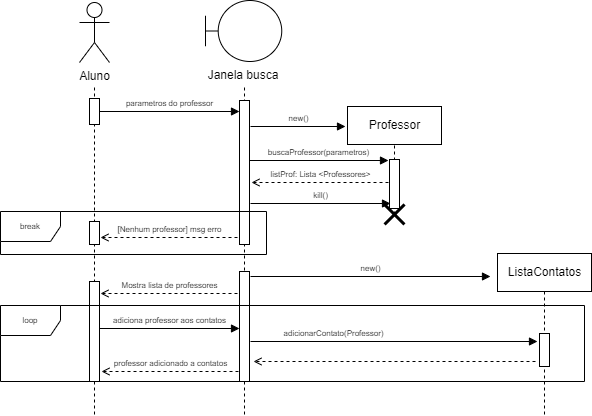
Before: diagramasDeSequenciaCompletos/3. BuscaProfessor.drawio.png, a diagram exported from draw.io (EijiDogen/BrainForHire). Source tidied: cells renumbered, new cells last; positions are measured from the earlier drawing's top-left corner, leaving out a move shared by most shapes.
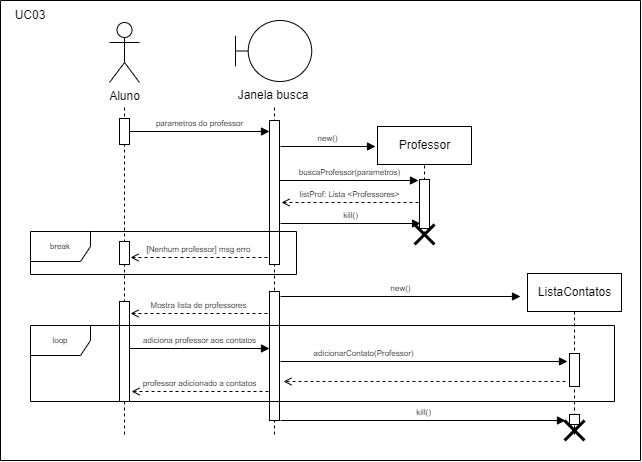
The same file after the commit.

Change to the diagram source:
```diff
@@ -1,6 +1,13 @@
 <mxGraphModel>
   <root>
     <mxCell id="0" />
+    <mxCell id="34" value="Contorno" parent="0" />
+    <mxCell id="35" style="swimlane;startSize=0;rounded=0;" parent="34" vertex="1">
+      <mxGeometry x="-30" y="-20" width="640" height="460" as="geometry" />
+    </mxCell>
+    <mxCell id="36" value="UC03" style="text;html=1;strokeColor=none;fillColor=none;align=center;verticalAlign=middle;whiteSpace=wrap;rounded=0;" parent="35" vertex="1">
+      <mxGeometry width="60" height="30" as="geometry" />
+    </mxCell>
     <mxCell id="1" parent="0" />
     <mxCell id="2" style="endArrow=none;dashed=1;html=1;rounded=0;" parent="1" edge="1">
       <mxGeometry relative="1" as="geometry">
@@ -78,7 +85,7 @@
       </mxGeometry>
     </mxCell>
     <mxCell id="18" style="html=1;perimeter=orthogonalPerimeter;rounded=0;" parent="1" vertex="1">
-      <mxGeometry x="239" y="271" width="10" height="110" as="geometry" />
+      <mxGeometry x="239" y="271" width="10" height="129" as="geometry" />
     </mxCell>
     <mxCell id="19" value="Mostra lista de professores" style="html=1;verticalAlign=bottom;endArrow=open;rounded=0;fontSize=8;endFill=0;dashed=1;" parent="1" edge="1">
       <mxGeometry relative="1" as="geometry">
@@ -134,6 +141,18 @@
         <mxPoint x="490" y="276" as="targetPoint" />
       </mxGeometry>
     </mxCell>
+    <mxCell id="37" style="shape=umlDestroy;whiteSpace=wrap;html=1;strokeWidth=3;fontSize=8;rounded=0;" parent="1" vertex="1">
+      <mxGeometry x="534" y="400" width="20" height="20" as="geometry" />
+    </mxCell>
+    <mxCell id="38" value="kill()" style="html=1;verticalAlign=bottom;endArrow=block;rounded=0;fontSize=8;" parent="1" edge="1">
+      <mxGeometry relative="1" as="geometry">
+        <mxPoint x="250" y="400" as="sourcePoint" />
+        <mxPoint x="535" y="400" as="targetPoint" />
+      </mxGeometry>
+    </mxCell>
+    <mxCell id="39" style="html=1;perimeter=orthogonalPerimeter;rounded=0;" parent="1" vertex="1">
+      <mxGeometry x="539" y="394" width="10" height="10" as="geometry" />
+    </mxCell>
     <mxCell id="30" value="Camada sem nome" parent="0" />
     <mxCell id="31" value="Frames" parent="0" />
     <mxCell id="32" value="break" style="shape=umlFrame;whiteSpace=wrap;html=1;fontSize=8;rounded=0;" parent="31" vertex="1">
```
